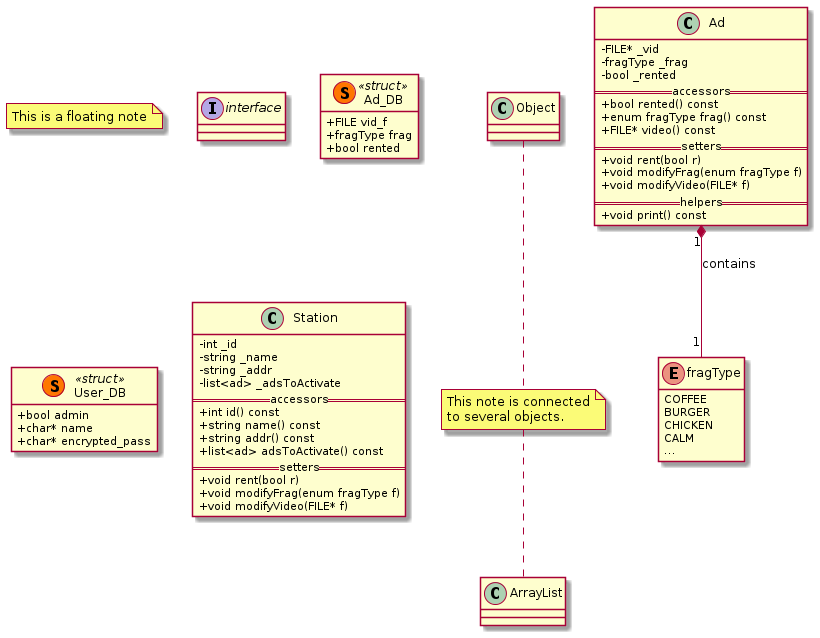
Earlier version of the PlantUML export Proj/diags/plantuml/class-diag/output/class-diag-rc.png (ElectroQuanta/MDO).
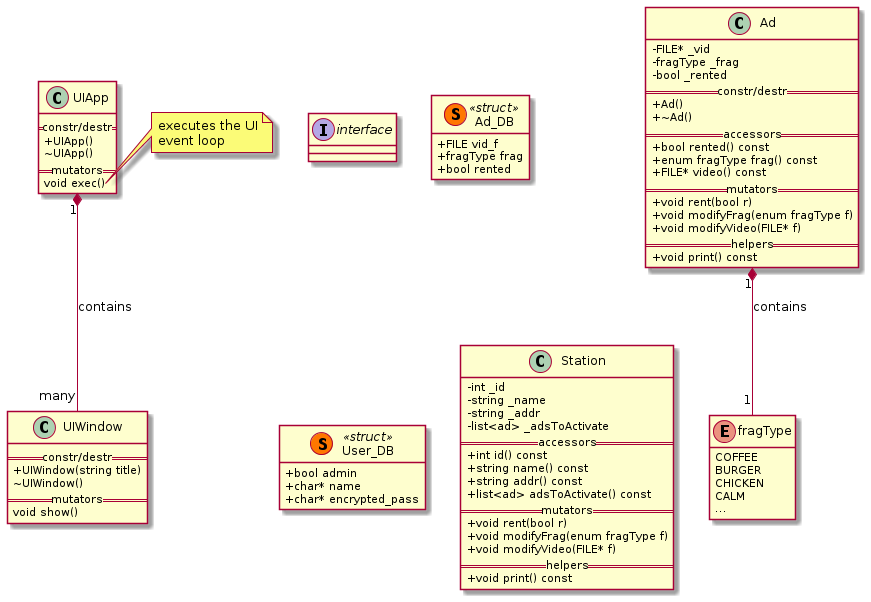
The same diagram one commit later.

The edit, as a diff of the source:
```diff
@@ -5,10 +5,6 @@
 skinparam pageBorderColor black
 skinparam classAttributeIconSize 0
 
-note "This is a floating note" as N1
-note "This note is connected\nto several objects." as N2
-Object .. N2
-N2 .. ArrayList
 
 
 interface       interface
@@ -36,35 +32,59 @@
 +char* encrypted_pass
 }
 
+class UIApp{
+    == constr/destr ==
+    +UIApp()
+    ~UIApp()
+    == mutators ==
+    void exec()
+}
+    note right of UIApp::exec
+    executes the UI
+    event loop
+    end note
+class UIWindow{
+    == constr/destr ==
+    +UIWindow(string title)
+    ~UIWindow()
+    == mutators ==
+    void show()
+}
+
 class Ad {
--FILE* _vid
--fragType _frag
--bool _rented
-== accessors ==
-+ bool rented() const
-+ enum fragType frag() const
-+ FILE* video() const
-== setters ==
-+ void rent(bool r)
-+ void modifyFrag(enum fragType f)
-+ void modifyVideo(FILE* f)
-== helpers ==
-+ void print() const
+  -FILE* _vid
+  -fragType _frag
+  -bool _rented
+  == constr/destr ==
+  +Ad()
+  +~Ad()
+  == accessors ==
+  + bool rented() const
+  + enum fragType frag() const
+  + FILE* video() const
+  == mutators ==
+  + void rent(bool r)
+  + void modifyFrag(enum fragType f)
+  + void modifyVideo(FILE* f)
+  == helpers ==
+  + void print() const
 }
 class Station{
--int _id
--string _name
--string _addr
--list<ad> _adsToActivate
-== accessors ==
-+ int id() const
-+ string name() const
-+ string addr() const
-+ list<ad> adsToActivate() const
-== setters ==
-+ void rent(bool r)
-+ void modifyFrag(enum fragType f)
-+ void modifyVideo(FILE* f)
+  -int _id
+  -string _name
+  -string _addr
+  -list<ad> _adsToActivate
+  == accessors ==
+  + int id() const
+  + string name() const
+  + string addr() const
+  + list<ad> adsToActivate() const
+  == mutators ==
+  + void rent(bool r)
+  + void modifyFrag(enum fragType f)
+  + void modifyVideo(FILE* f)
+  == helpers ==
+  + void print() const
 }
 
 
@@ -72,6 +92,7 @@
 
 
 Ad "1" *-- "1" fragType: contains
+UIApp "1" *-- "many" UIWindow: contains
 
 
 @enduml
```
